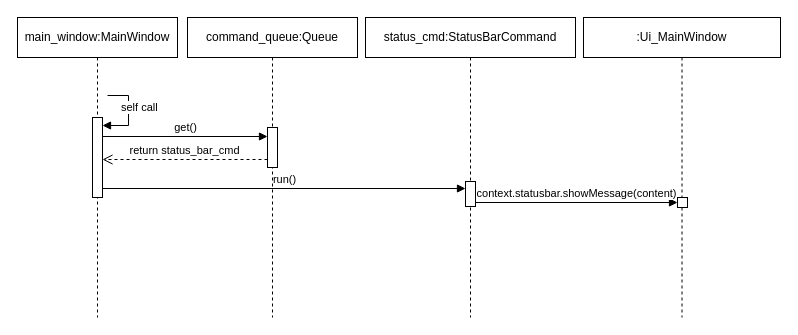
This is procedural/Command_Pattern.drawio from pascalreiss/draw_io_stuff, a draw.io file, before an edit. Source tidied: cells renumbered, new cells numbered last; positions are measured from the earlier drawing's top-left corner, leaving out a move shared by most shapes. Both pictures are drawn from the tidied source at 100%, with x=0, y=0 at pixel (17, 17).
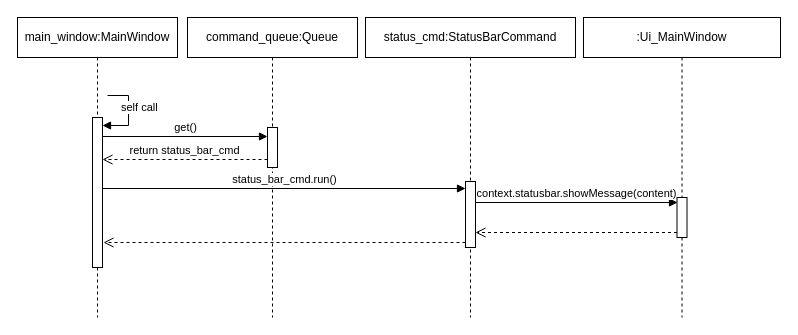
The same page after the edit.

Unchanged cells that the change refers to:
```xml
<mxCell id="4" value="main_window:MainWindow" style="shape=umlLifeline;perimeter=lifelinePerimeter;whiteSpace=wrap;html=1;newEdgeStyle={&quot;curved&quot;:0,&quot;rounded&quot;:0};" parent="1" vertex="1">
  <mxGeometry width="160" height="300" as="geometry" />
</mxCell>
<mxCell id="9" value=":Ui_MainWindow" style="shape=umlLifeline;perimeter=lifelinePerimeter;whiteSpace=wrap;html=1;newEdgeStyle={&quot;curved&quot;:0,&quot;rounded&quot;:0};" parent="1" vertex="1">
  <mxGeometry x="566" width="197" height="300" as="geometry" />
</mxCell>
<mxCell id="11" value="status_cmd:StatusBarCommand" style="shape=umlLifeline;perimeter=lifelinePerimeter;whiteSpace=wrap;html=1;newEdgeStyle={&quot;curved&quot;:0,&quot;rounded&quot;:0};" parent="1" vertex="1">
  <mxGeometry x="348" width="210" height="300" as="geometry" />
</mxCell>
```

What changed in the source:
```diff
@@
     <mxCell id="5" style="html=1;points=[[0,0,0,0,5],[0,1,0,0,-5],[1,0,0,0,5],[1,1,0,0,-5]];perimeter=orthogonalPerimeter;outlineConnect=0;targetShapes=umlLifeline;portConstraint=eastwest;newEdgeStyle={&quot;curved&quot;:0,&quot;rounded&quot;:0};" parent="4" vertex="1">
-      <mxGeometry x="75" y="100" width="10" height="80" as="geometry" />
+      <mxGeometry x="75" y="100" width="10" height="150" as="geometry" />
     </mxCell>
@@
     <mxCell id="10" style="html=1;points=[[0,0,0,0,5],[0,1,0,0,-5],[1,0,0,0,5],[1,1,0,0,-5]];perimeter=orthogonalPerimeter;outlineConnect=0;targetShapes=umlLifeline;portConstraint=eastwest;newEdgeStyle={&quot;curved&quot;:0,&quot;rounded&quot;:0};" parent="9" vertex="1">
-      <mxGeometry x="94" y="180" width="10" height="10" as="geometry" />
+      <mxGeometry x="93.5" y="180" width="10" height="40" as="geometry" />
     </mxCell>
@@
     <mxCell id="12" style="html=1;points=[[0,0,0,0,5],[0,1,0,0,-5],[1,0,0,0,5],[1,1,0,0,-5]];perimeter=orthogonalPerimeter;outlineConnect=0;targetShapes=umlLifeline;portConstraint=eastwest;newEdgeStyle={&quot;curved&quot;:0,&quot;rounded&quot;:0};" parent="11" vertex="1">
-      <mxGeometry x="100" y="164" width="10" height="25" as="geometry" />
+      <mxGeometry x="100" y="164" width="10" height="66" as="geometry" />
     </mxCell>
-    <mxCell id="13" value="run()" style="html=1;verticalAlign=bottom;endArrow=block;curved=0;rounded=0;" parent="1" edge="1">
+    <mxCell id="13" value="status_bar_cmd.run()" style="html=1;verticalAlign=bottom;endArrow=block;curved=0;rounded=0;" parent="1" edge="1">
       <mxGeometry relative="1" as="geometry">
         <mxPoint x="85" y="171" as="sourcePoint" />
         <mxPoint x="448" y="171" as="targetPoint" />
       </mxGeometry>
     </mxCell>
@@
+    <mxCell id="15" style="html=1;verticalAlign=bottom;endArrow=open;dashed=1;endSize=8;curved=0;rounded=0;exitX=0;exitY=1;exitDx=0;exitDy=-5;exitPerimeter=0;" parent="1" edge="1" source="10" target="12">
+      <mxGeometry relative="1" as="geometry" />
+    </mxCell>
+    <mxCell id="16" style="html=1;verticalAlign=bottom;endArrow=open;dashed=1;endSize=8;curved=0;rounded=0;" parent="1" edge="1" source="12">
+      <mxGeometry relative="1" as="geometry">
+        <mxPoint x="86" y="225" as="targetPoint" />
+      </mxGeometry>
+    </mxCell>
```
